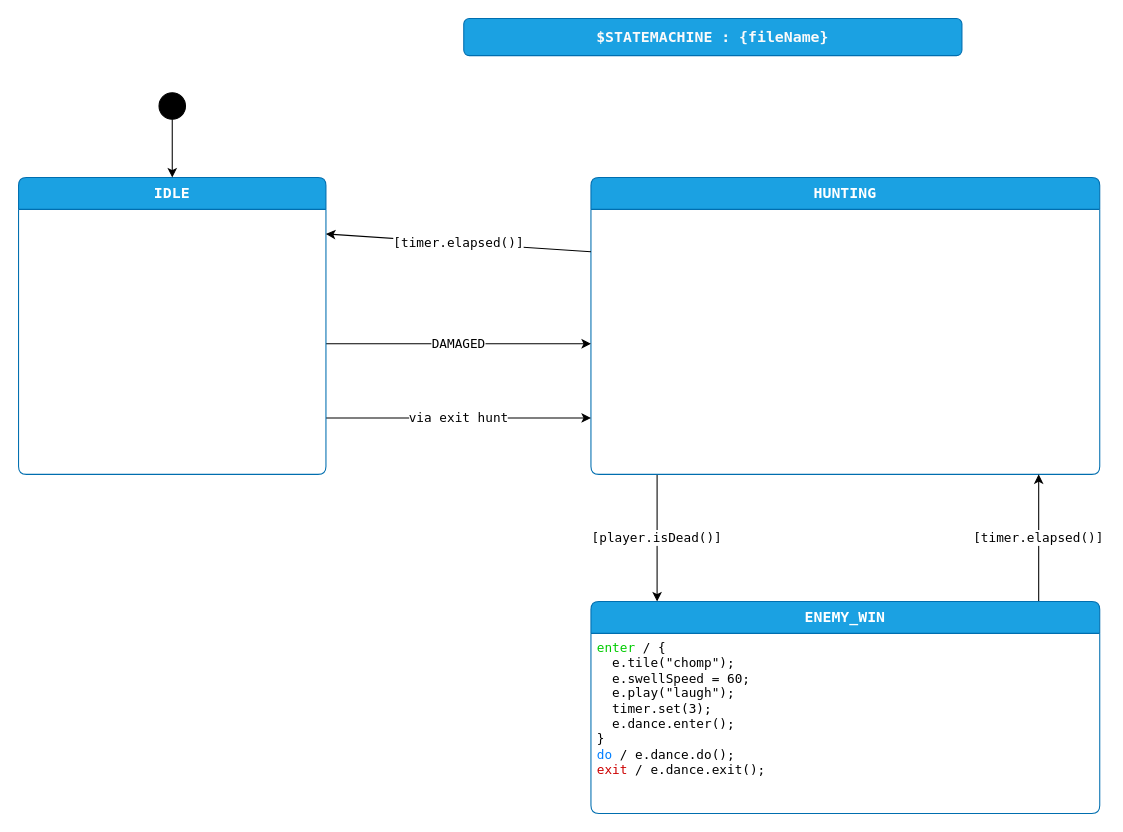
Earlier version of the draw.io diagram page "design" (1 of 3) of enemy3/Enemy3Sm.drawio (adamfk/game-fsm-examples). Source tidied: cells renumbered, new cells numbered last; positions are measured from the earlier drawing's top-left corner, leaving out a move shared by most shapes. Both pictures are drawn from the tidied source at 106%, with x=0, y=0 at pixel (18, 18).
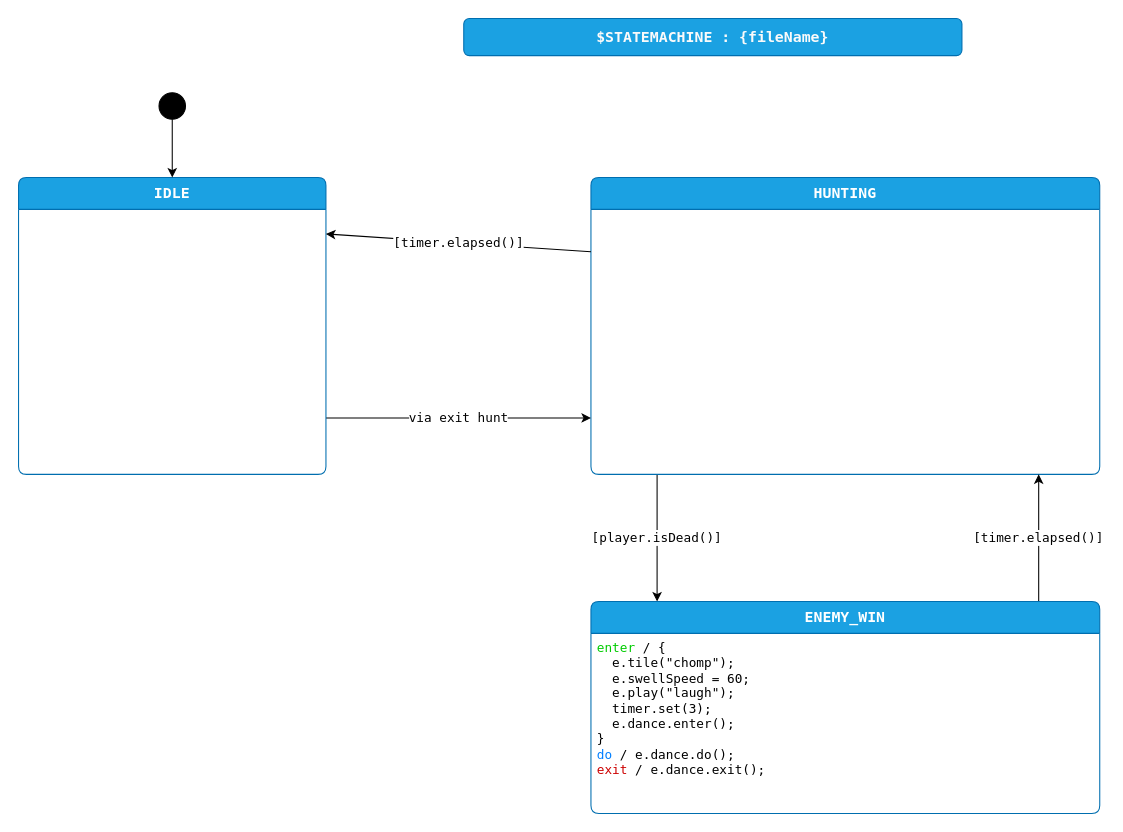
The same diagram, later.

What changed in the source:
```diff
@@
 <mxGraphModel>
   <root>
     <mxCell id="0" />
     <mxCell id="1" parent="0" />
     <mxCell id="2" value="&lt;span style=&quot;color: rgb(250, 250, 250); font-family: &amp;quot;Lucida Console&amp;quot;; font-size: 14px; font-weight: 700; text-wrap: nowrap;&quot;&gt;$STATEMACHINE : {fileName}&lt;/span&gt;" style="rounded=1;whiteSpace=wrap;html=1;fillColor=#1ba1e2;fontColor=#ffffff;strokeColor=#006EAF;" parent="1" vertex="1">
       <mxGeometry x="420" width="470" height="35" as="geometry" />
     </mxCell>
     <mxCell id="3" value="[player.isDead()]" style="shape=connector;rounded=0;html=1;exitX=0.13;exitY=1;exitDx=0;exitDy=0;exitPerimeter=0;entryX=0.13;entryY=0;entryDx=0;entryDy=0;entryPerimeter=0;labelBackgroundColor=default;strokeColor=default;fontFamily=Lucida Console;fontSize=12;fontColor=default;endArrow=classic;" parent="1" edge="1" source="4" target="6">
       <mxGeometry relative="1" as="geometry" />
     </mxCell>
     <mxCell id="4" value="HUNTING" style="shape=swimlane;align=center;verticalAlign=top;fontFamily=Lucida Console;startSize=30;fontSize=14;fontStyle=1;fontColor=#ffffff;fillColor=#1ba1e2;swimlaneFillColor=default;rounded=1;arcSize=15;absoluteArcSize=1;points=[[0,0,0,0,0],[0,0.06,0,0,0],[0,0.13,0,0,0],[0,0.19,0,0,0],[0,0.25,0,0,0],[0,0.31,0,0,0],[0,0.38,0,0,0],[0,0.44,0,0,0],[0,0.5,0,0,0],[0,0.56,0,0,0],[0,0.63,0,0,0],[0,0.69,0,0,0],[0,0.75,0,0,0],[0,0.81,0,0,0],[0,0.88,0,0,0],[0,0.94,0,0,0],[0,1,0,0,0],[0.06,0,0,0,0],[0.06,1,0,0,0],[0.13,0,0,0,0],[0.13,1,0,0,0],[0.19,0,0,0,0],[0.19,1,0,0,0],[0.25,0,0,0,0],[0.25,1,0,0,0],[0.31,0,0,0,0],[0.31,1,0,0,0],[0.38,0,0,0,0],[0.38,1,0,0,0],[0.44,0,0,0,0],[0.44,1,0,0,0],[0.5,0,0,0,0],[0.5,1,0,0,0],[0.56,0,0,0,0],[0.56,1,0,0,0],[0.63,0,0,0,0],[0.63,1,0,0,0],[0.69,0,0,0,0],[0.69,1,0,0,0],[0.75,0,0,0,0],[0.75,1,0,0,0],[0.81,0,0,0,0],[0.81,1,0,0,0],[0.88,0,0,0,0],[0.88,1,0,0,0],[0.94,0,0,0,0],[0.94,1,0,0,0],[1,0,0,0,0],[1,0.06,0,0,0],[1,0.13,0,0,0],[1,0.19,0,0,0],[1,0.25,0,0,0],[1,0.31,0,0,0],[1,0.38,0,0,0],[1,0.44,0,0,0],[1,0.5,0,0,0],[1,0.56,0,0,0],[1,0.63,0,0,0],[1,0.69,0,0,0],[1,0.75,0,0,0],[1,0.81,0,0,0],[1,0.88,0,0,0],[1,0.94,0,0,0],[1,1,0,0,0]];strokeColor=#006EAF;labelBackgroundColor=none;" parent="1" vertex="1" collapsed="1">
       <mxGeometry x="540" y="150" width="480" height="280" as="geometry" />
     </mxCell>
     <mxCell id="5" value="[timer.elapsed()]" style="shape=connector;rounded=0;html=1;exitX=0.88;exitY=0;exitDx=0;exitDy=0;exitPerimeter=0;entryX=0.88;entryY=1;entryDx=0;entryDy=0;entryPerimeter=0;labelBackgroundColor=default;strokeColor=default;fontFamily=Lucida Console;fontSize=12;fontColor=default;endArrow=classic;" parent="1" edge="1" source="6" target="4">
       <mxGeometry relative="1" as="geometry" />
     </mxCell>
     <mxCell id="6" value="ENEMY_WIN" style="shape=swimlane;align=center;verticalAlign=top;fontFamily=Lucida Console;startSize=30;fontSize=14;fontStyle=1;fontColor=#ffffff;fillColor=#1ba1e2;swimlaneFillColor=default;rounded=1;arcSize=15;absoluteArcSize=1;points=[[0,0,0,0,0],[0,0.06,0,0,0],[0,0.13,0,0,0],[0,0.19,0,0,0],[0,0.25,0,0,0],[0,0.31,0,0,0],[0,0.38,0,0,0],[0,0.44,0,0,0],[0,0.5,0,0,0],[0,0.56,0,0,0],[0,0.63,0,0,0],[0,0.69,0,0,0],[0,0.75,0,0,0],[0,0.81,0,0,0],[0,0.88,0,0,0],[0,0.94,0,0,0],[0,1,0,0,0],[0.06,0,0,0,0],[0.06,1,0,0,0],[0.13,0,0,0,0],[0.13,1,0,0,0],[0.19,0,0,0,0],[0.19,1,0,0,0],[0.25,0,0,0,0],[0.25,1,0,0,0],[0.31,0,0,0,0],[0.31,1,0,0,0],[0.38,0,0,0,0],[0.38,1,0,0,0],[0.44,0,0,0,0],[0.44,1,0,0,0],[0.5,0,0,0,0],[0.5,1,0,0,0],[0.56,0,0,0,0],[0.56,1,0,0,0],[0.63,0,0,0,0],[0.63,1,0,0,0],[0.69,0,0,0,0],[0.69,1,0,0,0],[0.75,0,0,0,0],[0.75,1,0,0,0],[0.81,0,0,0,0],[0.81,1,0,0,0],[0.88,0,0,0,0],[0.88,1,0,0,0],[0.94,0,0,0,0],[0.94,1,0,0,0],[1,0,0,0,0],[1,0.06,0,0,0],[1,0.13,0,0,0],[1,0.19,0,0,0],[1,0.25,0,0,0],[1,0.31,0,0,0],[1,0.38,0,0,0],[1,0.44,0,0,0],[1,0.5,0,0,0],[1,0.56,0,0,0],[1,0.63,0,0,0],[1,0.69,0,0,0],[1,0.75,0,0,0],[1,0.81,0,0,0],[1,0.88,0,0,0],[1,0.94,0,0,0],[1,1,0,0,0]];strokeColor=#006EAF;labelBackgroundColor=none;" parent="1" vertex="1">
       <mxGeometry x="540" y="550" width="480" height="200" as="geometry" />
     </mxCell>
     <mxCell id="7" value="&lt;font color=&quot;#00cc00&quot;&gt;enter&lt;/font&gt; / {&lt;br&gt;&amp;nbsp; e.tile(&quot;chomp&quot;);&lt;br&gt;&amp;nbsp; e.swellSpeed = 60;&lt;br&gt;&amp;nbsp; e.play(&quot;laugh&quot;);&lt;br&gt;&amp;nbsp; timer.set(3);&lt;br&gt;&amp;nbsp; e.dance.enter();&lt;br&gt;&lt;div&gt;}&lt;/div&gt;&lt;div&gt;&lt;font color=&quot;#007fff&quot;&gt;do&lt;/font&gt; / e.dance.do();&lt;br&gt;&lt;div&gt;&lt;font color=&quot;#cc0000&quot;&gt;exit&lt;/font&gt;&amp;nbsp;/ e.dance.exit();&lt;br&gt;&lt;/div&gt;&lt;/div&gt;" style="fontFamily=Lucida Console;align=left;verticalAlign=top;fillColor=none;gradientColor=none;strokeColor=none;rounded=0;spacingLeft=4;html=1;fontSize=12;fontColor=default;labelBackgroundColor=default;" parent="6" vertex="1">
       <mxGeometry y="30" width="180" height="140" as="geometry" />
     </mxCell>
     <mxCell id="8" value="via exit hunt" style="edgeStyle=none;html=1;exitX=1;exitY=0.81;exitDx=0;exitDy=0;exitPerimeter=0;entryX=0;entryY=0.81;entryDx=0;entryDy=0;entryPerimeter=0;fontSize=12;fontFamily=Lucida Console;" parent="1" edge="1" source="10" target="4">
       <mxGeometry relative="1" as="geometry" />
     </mxCell>
-    <mxCell id="9" value="DAMAGED" style="edgeStyle=none;html=1;exitX=1;exitY=0.56;exitDx=0;exitDy=0;exitPerimeter=0;entryX=0;entryY=0.56;entryDx=0;entryDy=0;entryPerimeter=0;fontFamily=Lucida Console;fontSize=12;" parent="1" edge="1" source="10" target="4">
-      <mxGeometry relative="1" as="geometry" />
-    </mxCell>
     <mxCell id="10" value="IDLE" style="shape=swimlane;align=center;verticalAlign=top;fontFamily=Lucida Console;startSize=30;fontSize=14;fontStyle=1;fontColor=#ffffff;fillColor=#1ba1e2;swimlaneFillColor=default;rounded=1;arcSize=15;absoluteArcSize=1;points=[[0,0,0,0,0],[0,0.06,0,0,0],[0,0.13,0,0,0],[0,0.19,0,0,0],[0,0.25,0,0,0],[0,0.31,0,0,0],[0,0.38,0,0,0],[0,0.44,0,0,0],[0,0.5,0,0,0],[0,0.56,0,0,0],[0,0.63,0,0,0],[0,0.69,0,0,0],[0,0.75,0,0,0],[0,0.81,0,0,0],[0,0.88,0,0,0],[0,0.94,0,0,0],[0,1,0,0,0],[0.06,0,0,0,0],[0.06,1,0,0,0],[0.13,0,0,0,0],[0.13,1,0,0,0],[0.19,0,0,0,0],[0.19,1,0,0,0],[0.25,0,0,0,0],[0.25,1,0,0,0],[0.31,0,0,0,0],[0.31,1,0,0,0],[0.38,0,0,0,0],[0.38,1,0,0,0],[0.44,0,0,0,0],[0.44,1,0,0,0],[0.5,0,0,0,0],[0.5,1,0,0,0],[0.56,0,0,0,0],[0.56,1,0,0,0],[0.63,0,0,0,0],[0.63,1,0,0,0],[0.69,0,0,0,0],[0.69,1,0,0,0],[0.75,0,0,0,0],[0.75,1,0,0,0],[0.81,0,0,0,0],[0.81,1,0,0,0],[0.88,0,0,0,0],[0.88,1,0,0,0],[0.94,0,0,0,0],[0.94,1,0,0,0],[1,0,0,0,0],[1,0.06,0,0,0],[1,0.13,0,0,0],[1,0.19,0,0,0],[1,0.25,0,0,0],[1,0.31,0,0,0],[1,0.38,0,0,0],[1,0.44,0,0,0],[1,0.5,0,0,0],[1,0.56,0,0,0],[1,0.63,0,0,0],[1,0.69,0,0,0],[1,0.75,0,0,0],[1,0.81,0,0,0],[1,0.88,0,0,0],[1,0.94,0,0,0],[1,1,0,0,0]];strokeColor=#006EAF;labelBackgroundColor=none;" parent="1" vertex="1" collapsed="1">
       <mxGeometry y="150" width="290" height="280" as="geometry" />
     </mxCell>
     <mxCell id="11" value="&lt;span style=&quot;font-family: &amp;quot;Lucida Console&amp;quot;; font-size: 12px;&quot;&gt;[timer.elapsed()]&lt;/span&gt;" style="edgeStyle=none;html=1;exitX=0;exitY=0.25;exitDx=0;exitDy=0;exitPerimeter=0;entryX=1;entryY=0.19;entryDx=0;entryDy=0;entryPerimeter=0;" parent="1" edge="1" source="4" target="10">
       <mxGeometry relative="1" as="geometry" />
     </mxCell>
     <mxCell id="12" style="edgeStyle=none;html=1;" parent="1" edge="1" source="13" target="10">
       <mxGeometry relative="1" as="geometry" />
     </mxCell>
     <mxCell id="13" value="$initial_state" style="shape=ellipse;fillColor=#000000;noLabel=1;" parent="1" vertex="1">
       <mxGeometry x="132.5" y="70" width="25" height="25" as="geometry" />
     </mxCell>
   </root>
 </mxGraphModel>
```
